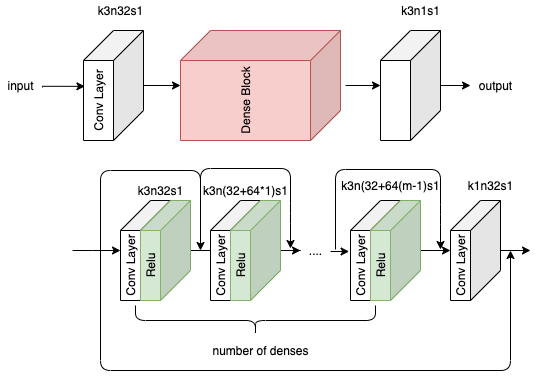
The draw.io diagram RRDB_dense.png in boyangaaaaa/The-intern-related, before a commit. Source tidied: cells renumbered, new cells last; positions are measured from the earlier drawing's top-left corner, leaving out a move shared by most shapes. Source of this version:
```xml
<mxGraphModel>
  <root>
    <mxCell id="0" />
    <mxCell id="1" parent="0" />
    <mxCell id="2" style="edgeStyle=orthogonalEdgeStyle;rounded=0;jettySize=auto;html=1;" parent="1" edge="1" source="3" target="5">
      <mxGeometry relative="1" as="geometry" />
    </mxCell>
    <mxCell id="3" value="Conv Layer" style="shape=cube;boundedLbl=1;backgroundOutline=1;darkOpacity=0.05;darkOpacity2=0.1;size=30;flipH=1;fontSize=6;horizontal=0;verticalAlign=middle;labelPosition=center;verticalLabelPosition=middle;align=center;whiteSpace=wrap;html=1;" parent="1" vertex="1">
      <mxGeometry x="83" y="30" width="60" height="110" as="geometry" />
    </mxCell>
    <mxCell id="4" value="k3n32s1" style="text;html=1;align=center;verticalAlign=middle;strokeColor=none;" parent="1" vertex="1">
      <mxGeometry x="90" width="60" height="20" as="geometry" />
    </mxCell>
    <mxCell id="5" value="Dense Block" style="shape=cube;whiteSpace=wrap;html=1;boundedLbl=1;backgroundOutline=1;darkOpacity=0.05;darkOpacity2=0.1;size=30;flipH=1;fillColor=#f8cecc;strokeColor=#b85450;horizontal=0;" parent="1" vertex="1">
      <mxGeometry x="180" y="30" width="160" height="110" as="geometry" />
    </mxCell>
    <mxCell id="6" style="edgeStyle=orthogonalEdgeStyle;rounded=0;jettySize=auto;html=1;fontSize=20;" parent="1" edge="1" target="8">
      <mxGeometry relative="1" as="geometry">
        <mxPoint x="345" y="85" as="sourcePoint" />
      </mxGeometry>
    </mxCell>
    <mxCell id="7" style="edgeStyle=orthogonalEdgeStyle;rounded=0;jettySize=auto;html=1;fontSize=6;" parent="1" edge="1" source="8">
      <mxGeometry relative="1" as="geometry">
        <mxPoint x="470" y="85" as="targetPoint" />
      </mxGeometry>
    </mxCell>
    <mxCell id="8" style="shape=cube;whiteSpace=wrap;html=1;boundedLbl=1;backgroundOutline=1;darkOpacity=0.05;darkOpacity2=0.1;size=30;flipH=1;" parent="1" vertex="1">
      <mxGeometry x="380" y="30" width="60" height="110" as="geometry" />
    </mxCell>
    <mxCell id="9" value="Conv Layer" style="shape=cube;boundedLbl=1;backgroundOutline=1;darkOpacity=0.05;darkOpacity2=0.1;size=30;flipH=1;fontSize=6;horizontal=0;verticalAlign=middle;labelPosition=center;verticalLabelPosition=middle;align=center;whiteSpace=wrap;html=1;" parent="1" vertex="1">
      <mxGeometry x="120" y="200" width="50" height="100" as="geometry" />
    </mxCell>
    <mxCell id="10" style="edgeStyle=orthogonalEdgeStyle;rounded=0;jettySize=auto;html=1;fontSize=6;entryX=1.029;entryY=0.498;entryDx=0;entryDy=0;entryPerimeter=0;" parent="1" edge="1" source="11" target="12">
      <mxGeometry relative="1" as="geometry" />
    </mxCell>
    <mxCell id="11" value="Relu" style="shape=cube;boundedLbl=1;backgroundOutline=1;darkOpacity=0.05;darkOpacity2=0.1;size=30;flipH=1;fontSize=6;horizontal=0;verticalAlign=middle;labelPosition=center;verticalLabelPosition=middle;align=center;whiteSpace=wrap;html=1;fillColor=#d5e8d4;strokeColor=#82b366;" parent="1" vertex="1">
      <mxGeometry x="140" y="200" width="50" height="100" as="geometry" />
    </mxCell>
    <mxCell id="12" value="Conv Layer" style="shape=cube;boundedLbl=1;backgroundOutline=1;darkOpacity=0.05;darkOpacity2=0.1;size=30;flipH=1;fontSize=6;horizontal=0;verticalAlign=middle;labelPosition=center;verticalLabelPosition=middle;align=center;whiteSpace=wrap;html=1;" parent="1" vertex="1">
      <mxGeometry x="210" y="200" width="50" height="100" as="geometry" />
    </mxCell>
    <mxCell id="13" style="edgeStyle=orthogonalEdgeStyle;rounded=0;jettySize=auto;html=1;fontSize=6;" parent="1" edge="1" source="14">
      <mxGeometry relative="1" as="geometry">
        <mxPoint x="300" y="250" as="targetPoint" />
      </mxGeometry>
    </mxCell>
    <mxCell id="14" value="Relu" style="shape=cube;boundedLbl=1;backgroundOutline=1;darkOpacity=0.05;darkOpacity2=0.1;size=30;flipH=1;fontSize=6;horizontal=0;verticalAlign=middle;labelPosition=center;verticalLabelPosition=middle;align=center;whiteSpace=wrap;html=1;fillColor=#d5e8d4;strokeColor=#82b366;" parent="1" vertex="1">
      <mxGeometry x="230" y="200" width="50" height="100" as="geometry" />
    </mxCell>
    <mxCell id="15" style="edgeStyle=orthogonalEdgeStyle;rounded=0;jettySize=auto;html=1;fontSize=6;" parent="1" edge="1" source="16">
      <mxGeometry relative="1" as="geometry">
        <mxPoint x="530" y="250" as="targetPoint" />
      </mxGeometry>
    </mxCell>
    <mxCell id="16" value="Conv Layer" style="shape=cube;boundedLbl=1;backgroundOutline=1;darkOpacity=0.05;darkOpacity2=0.1;size=30;flipH=1;fontSize=6;horizontal=0;verticalAlign=middle;labelPosition=center;verticalLabelPosition=middle;align=center;whiteSpace=wrap;html=1;" parent="1" vertex="1">
      <mxGeometry x="450" y="200" width="50" height="100" as="geometry" />
    </mxCell>
    <mxCell id="17" value="k3n32s1" style="text;html=1;align=center;verticalAlign=middle;strokeColor=none;" parent="1" vertex="1">
      <mxGeometry x="130" y="180" width="60" height="20" as="geometry" />
    </mxCell>
    <mxCell id="18" style="edgeStyle=orthogonalEdgeStyle;rounded=0;orthogonalLoop=1;jettySize=auto;html=1;fontSize=6;entryX=1.029;entryY=0.498;entryDx=0;entryDy=0;entryPerimeter=0;" parent="1" edge="1">
      <mxGeometry relative="1" as="geometry">
        <mxPoint x="330" y="251" as="sourcePoint" />
        <mxPoint x="348.5" y="250.8" as="targetPoint" />
      </mxGeometry>
    </mxCell>
    <mxCell id="19" value="Conv Layer" style="shape=cube;boundedLbl=1;backgroundOutline=1;darkOpacity=0.05;darkOpacity2=0.1;size=30;flipH=1;fontSize=6;horizontal=0;verticalAlign=middle;labelPosition=center;verticalLabelPosition=middle;align=center;whiteSpace=wrap;html=1;" parent="1" vertex="1">
      <mxGeometry x="350" y="200" width="50" height="100" as="geometry" />
    </mxCell>
    <mxCell id="20" style="edgeStyle=orthogonalEdgeStyle;rounded=0;jettySize=auto;html=1;fontSize=6;" parent="1" edge="1" source="21" target="16">
      <mxGeometry relative="1" as="geometry" />
    </mxCell>
    <mxCell id="21" value="Relu" style="shape=cube;boundedLbl=1;backgroundOutline=1;darkOpacity=0.05;darkOpacity2=0.1;size=30;flipH=1;fontSize=6;horizontal=0;verticalAlign=middle;labelPosition=center;verticalLabelPosition=middle;align=center;whiteSpace=wrap;html=1;fillColor=#d5e8d4;strokeColor=#82b366;" parent="1" vertex="1">
      <mxGeometry x="370" y="200" width="50" height="100" as="geometry" />
    </mxCell>
    <mxCell id="22" value="...." style="text;html=1;align=center;verticalAlign=middle;strokeColor=none;fontSize=6;" parent="1" vertex="1">
      <mxGeometry x="300" y="245" width="30" height="10" as="geometry" />
    </mxCell>
    <mxCell id="23" style="shape=curlyBracket;whiteSpace=wrap;html=1;rounded=1;fontSize=6;align=center;verticalAlign=middle;size=0.5;rotation=-90;" parent="1" vertex="1">
      <mxGeometry x="240" y="200" width="30" height="240" as="geometry" />
    </mxCell>
    <mxCell id="24" value="number of denses" style="text;html=1;align=center;verticalAlign=middle;strokeColor=none;fontSize=6;" parent="1" vertex="1">
      <mxGeometry x="205" y="345" width="110" height="10" as="geometry" />
    </mxCell>
    <mxCell id="25" value="k3n(32+64*1)s1" style="text;html=1;align=center;verticalAlign=middle;strokeColor=none;fontSize=6;" parent="1" vertex="1">
      <mxGeometry x="195" y="185" width="100" height="10" as="geometry" />
    </mxCell>
    <mxCell id="26" style="endArrow=classic;html=1;fontSize=6;" parent="1" edge="1">
      <mxGeometry relative="1" as="geometry">
        <mxPoint x="100" y="250" as="sourcePoint" />
        <mxPoint x="200" y="250" as="targetPoint" />
        <Array as="points">
          <mxPoint x="100" y="170" />
          <mxPoint x="200" y="170" />
        </Array>
      </mxGeometry>
    </mxCell>
    <mxCell id="27" style="edgeStyle=orthogonalEdgeStyle;rounded=0;orthogonalLoop=1;jettySize=auto;html=1;fontSize=6;" parent="1" edge="1">
      <mxGeometry relative="1" as="geometry">
        <mxPoint x="72" y="250" as="sourcePoint" />
        <mxPoint x="120" y="250" as="targetPoint" />
        <Array as="points">
          <mxPoint x="92" y="250" />
          <mxPoint x="92" y="250" />
        </Array>
      </mxGeometry>
    </mxCell>
    <mxCell id="28" style="endArrow=classic;html=1;fontSize=6;" parent="1" edge="1">
      <mxGeometry relative="1" as="geometry">
        <mxPoint x="200" y="248" as="sourcePoint" />
        <mxPoint x="290" y="248" as="targetPoint" />
        <Array as="points">
          <mxPoint x="200" y="168" />
          <mxPoint x="290" y="168" />
          <mxPoint x="290" y="213" />
        </Array>
      </mxGeometry>
    </mxCell>
    <mxCell id="29" value="k3n(32+64(m-1)s1" style="text;html=1;align=center;verticalAlign=middle;strokeColor=none;fontSize=6;" parent="1" vertex="1">
      <mxGeometry x="335" y="180" width="110" height="10" as="geometry" />
    </mxCell>
    <mxCell id="30" style="endArrow=classic;html=1;fontSize=6;" parent="1" edge="1">
      <mxGeometry relative="1" as="geometry">
        <mxPoint x="335" y="249" as="sourcePoint" />
        <mxPoint x="440" y="249" as="targetPoint" />
        <Array as="points">
          <mxPoint x="335" y="169" />
          <mxPoint x="440" y="169" />
          <mxPoint x="440" y="214" />
        </Array>
      </mxGeometry>
    </mxCell>
    <mxCell id="31" value="k1n32s1" style="text;html=1;align=center;verticalAlign=middle;strokeColor=none;" parent="1" vertex="1">
      <mxGeometry x="460" y="175" width="60" height="20" as="geometry" />
    </mxCell>
    <mxCell id="32" style="endArrow=classic;html=1;fontSize=6;" parent="1" edge="1">
      <mxGeometry relative="1" as="geometry">
        <mxPoint x="100" y="250" as="sourcePoint" />
        <mxPoint x="510" y="250" as="targetPoint" />
        <Array as="points">
          <mxPoint x="100" y="370" />
          <mxPoint x="510" y="370" />
        </Array>
      </mxGeometry>
    </mxCell>
    <mxCell id="33" value="k3n1s1" style="text;html=1;align=center;verticalAlign=middle;strokeColor=none;" parent="1" vertex="1">
      <mxGeometry x="395" width="50" height="20" as="geometry" />
    </mxCell>
    <mxCell id="34" style="edgeStyle=orthogonalEdgeStyle;rounded=0;orthogonalLoop=1;jettySize=auto;html=1;entryX=0.976;entryY=0.544;entryDx=0;entryDy=0;entryPerimeter=0;" parent="1" edge="1">
      <mxGeometry relative="1" as="geometry">
        <mxPoint x="42" y="87" as="sourcePoint" />
        <mxPoint x="84.4" y="85.8" as="targetPoint" />
        <Array as="points">
          <mxPoint x="42" y="86" />
        </Array>
      </mxGeometry>
    </mxCell>
    <mxCell id="35" value="input" style="text;html=1;align=center;verticalAlign=middle;points=[];strokeColor=none;fontSize=6;" parent="1" vertex="1">
      <mxGeometry y="80" width="40" height="10" as="geometry" />
    </mxCell>
    <mxCell id="36" value="output" style="text;html=1;align=center;verticalAlign=middle;points=[];strokeColor=none;fontSize=6;" parent="1" vertex="1">
      <mxGeometry x="470" y="80" width="50" height="10" as="geometry" />
    </mxCell>
  </root>
</mxGraphModel>
```
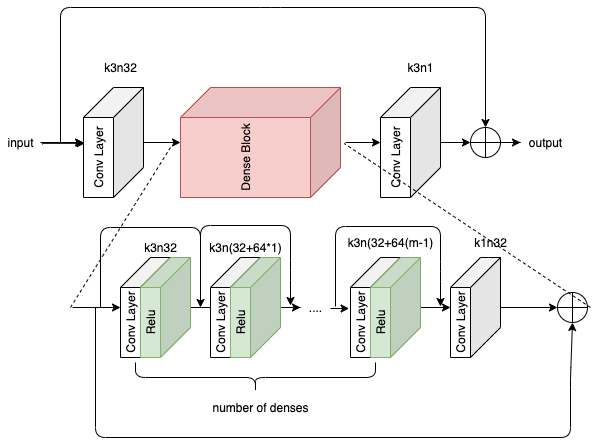
Later version of the same file.

Change to the diagram source:
```diff
@@ -8,8 +8,8 @@
     <mxCell id="3" value="Conv Layer" style="shape=cube;boundedLbl=1;backgroundOutline=1;darkOpacity=0.05;darkOpacity2=0.1;size=30;flipH=1;fontSize=6;horizontal=0;verticalAlign=middle;labelPosition=center;verticalLabelPosition=middle;align=center;whiteSpace=wrap;html=1;" parent="1" vertex="1">
       <mxGeometry x="83" y="30" width="60" height="110" as="geometry" />
     </mxCell>
-    <mxCell id="4" value="k3n32s1" style="text;html=1;align=center;verticalAlign=middle;strokeColor=none;" parent="1" vertex="1">
-      <mxGeometry x="90" width="60" height="20" as="geometry" />
+    <mxCell id="4" value="k3n32" style="text;html=1;align=center;verticalAlign=middle;strokeColor=none;" parent="1" vertex="1">
+      <mxGeometry x="95" width="50" height="20" as="geometry" />
     </mxCell>
     <mxCell id="5" value="Dense Block" style="shape=cube;whiteSpace=wrap;html=1;boundedLbl=1;backgroundOutline=1;darkOpacity=0.05;darkOpacity2=0.1;size=30;flipH=1;fillColor=#f8cecc;strokeColor=#b85450;horizontal=0;" parent="1" vertex="1">
       <mxGeometry x="180" y="30" width="160" height="110" as="geometry" />
@@ -24,7 +24,7 @@
         <mxPoint x="470" y="85" as="targetPoint" />
       </mxGeometry>
     </mxCell>
-    <mxCell id="8" style="shape=cube;whiteSpace=wrap;html=1;boundedLbl=1;backgroundOutline=1;darkOpacity=0.05;darkOpacity2=0.1;size=30;flipH=1;" parent="1" vertex="1">
+    <mxCell id="8" value="Conv Layer" style="shape=cube;whiteSpace=wrap;html=1;boundedLbl=1;backgroundOutline=1;darkOpacity=0.05;darkOpacity2=0.1;size=30;flipH=1;horizontal=0;" parent="1" vertex="1">
       <mxGeometry x="380" y="30" width="60" height="110" as="geometry" />
     </mxCell>
     <mxCell id="9" value="Conv Layer" style="shape=cube;boundedLbl=1;backgroundOutline=1;darkOpacity=0.05;darkOpacity2=0.1;size=30;flipH=1;fontSize=6;horizontal=0;verticalAlign=middle;labelPosition=center;verticalLabelPosition=middle;align=center;whiteSpace=wrap;html=1;" parent="1" vertex="1">
@@ -47,16 +47,14 @@
     <mxCell id="14" value="Relu" style="shape=cube;boundedLbl=1;backgroundOutline=1;darkOpacity=0.05;darkOpacity2=0.1;size=30;flipH=1;fontSize=6;horizontal=0;verticalAlign=middle;labelPosition=center;verticalLabelPosition=middle;align=center;whiteSpace=wrap;html=1;fillColor=#d5e8d4;strokeColor=#82b366;" parent="1" vertex="1">
       <mxGeometry x="230" y="200" width="50" height="100" as="geometry" />
     </mxCell>
-    <mxCell id="15" style="edgeStyle=orthogonalEdgeStyle;rounded=0;jettySize=auto;html=1;fontSize=6;" parent="1" edge="1" source="16">
-      <mxGeometry relative="1" as="geometry">
-        <mxPoint x="530" y="250" as="targetPoint" />
-      </mxGeometry>
+    <mxCell id="15" style="edgeStyle=orthogonalEdgeStyle;rounded=0;jettySize=auto;html=1;fontSize=6;entryX=0;entryY=0.5;entryDx=0;entryDy=0;entryPerimeter=0;" parent="1" edge="1" source="16" target="38">
+      <mxGeometry relative="1" as="geometry" />
     </mxCell>
     <mxCell id="16" value="Conv Layer" style="shape=cube;boundedLbl=1;backgroundOutline=1;darkOpacity=0.05;darkOpacity2=0.1;size=30;flipH=1;fontSize=6;horizontal=0;verticalAlign=middle;labelPosition=center;verticalLabelPosition=middle;align=center;whiteSpace=wrap;html=1;" parent="1" vertex="1">
       <mxGeometry x="450" y="200" width="50" height="100" as="geometry" />
     </mxCell>
-    <mxCell id="17" value="k3n32s1" style="text;html=1;align=center;verticalAlign=middle;strokeColor=none;" parent="1" vertex="1">
-      <mxGeometry x="130" y="180" width="60" height="20" as="geometry" />
+    <mxCell id="17" value="k3n32" style="text;html=1;align=center;verticalAlign=middle;strokeColor=none;" parent="1" vertex="1">
+      <mxGeometry x="135" y="180" width="50" height="20" as="geometry" />
     </mxCell>
     <mxCell id="18" style="edgeStyle=orthogonalEdgeStyle;rounded=0;orthogonalLoop=1;jettySize=auto;html=1;fontSize=6;entryX=1.029;entryY=0.498;entryDx=0;entryDy=0;entryPerimeter=0;" parent="1" edge="1">
       <mxGeometry relative="1" as="geometry">
@@ -82,8 +80,8 @@
     <mxCell id="24" value="number of denses" style="text;html=1;align=center;verticalAlign=middle;strokeColor=none;fontSize=6;" parent="1" vertex="1">
       <mxGeometry x="205" y="345" width="110" height="10" as="geometry" />
     </mxCell>
-    <mxCell id="25" value="k3n(32+64*1)s1" style="text;html=1;align=center;verticalAlign=middle;strokeColor=none;fontSize=6;" parent="1" vertex="1">
-      <mxGeometry x="195" y="185" width="100" height="10" as="geometry" />
+    <mxCell id="25" value="k3n(32+64*1)" style="text;html=1;align=center;verticalAlign=middle;strokeColor=none;fontSize=6;" parent="1" vertex="1">
+      <mxGeometry x="200" y="185" width="90" height="10" as="geometry" />
     </mxCell>
     <mxCell id="26" style="endArrow=classic;html=1;fontSize=6;" parent="1" edge="1">
       <mxGeometry relative="1" as="geometry">
@@ -116,8 +114,8 @@
         </Array>
       </mxGeometry>
     </mxCell>
-    <mxCell id="29" value="k3n(32+64(m-1)s1" style="text;html=1;align=center;verticalAlign=middle;strokeColor=none;fontSize=6;" parent="1" vertex="1">
-      <mxGeometry x="335" y="180" width="110" height="10" as="geometry" />
+    <mxCell id="29" value="k3n(32+64(m-1)" style="text;html=1;align=center;verticalAlign=middle;strokeColor=none;fontSize=6;" parent="1" vertex="1">
+      <mxGeometry x="340" y="180" width="100" height="10" as="geometry" />
     </mxCell>
     <mxCell id="30" style="endArrow=classic;html=1;fontSize=6;" parent="1" edge="1">
       <mxGeometry relative="1" as="geometry">
@@ -130,21 +128,21 @@
         </Array>
       </mxGeometry>
     </mxCell>
-    <mxCell id="31" value="k1n32s1" style="text;html=1;align=center;verticalAlign=middle;strokeColor=none;" parent="1" vertex="1">
-      <mxGeometry x="460" y="175" width="60" height="20" as="geometry" />
+    <mxCell id="31" value="k1n32" style="text;html=1;align=center;verticalAlign=middle;strokeColor=none;" parent="1" vertex="1">
+      <mxGeometry x="465" y="175" width="50" height="20" as="geometry" />
     </mxCell>
-    <mxCell id="32" style="endArrow=classic;html=1;fontSize=6;" parent="1" edge="1">
+    <mxCell id="32" style="endArrow=classic;html=1;fontSize=6;entryX=0.5;entryY=1;entryDx=0;entryDy=0;entryPerimeter=0;" parent="1" edge="1" target="38">
       <mxGeometry relative="1" as="geometry">
-        <mxPoint x="100" y="250" as="sourcePoint" />
-        <mxPoint x="510" y="250" as="targetPoint" />
+        <mxPoint x="95" y="250" as="sourcePoint" />
         <Array as="points">
-          <mxPoint x="100" y="370" />
-          <mxPoint x="510" y="370" />
+          <mxPoint x="95" y="380" />
+          <mxPoint x="570" y="380" />
+          <mxPoint x="570" y="320" />
         </Array>
       </mxGeometry>
     </mxCell>
-    <mxCell id="33" value="k3n1s1" style="text;html=1;align=center;verticalAlign=middle;strokeColor=none;" parent="1" vertex="1">
-      <mxGeometry x="395" width="50" height="20" as="geometry" />
+    <mxCell id="33" value="k3n1" style="text;html=1;align=center;verticalAlign=middle;strokeColor=none;" parent="1" vertex="1">
+      <mxGeometry x="400" width="40" height="20" as="geometry" />
     </mxCell>
     <mxCell id="34" style="edgeStyle=orthogonalEdgeStyle;rounded=0;orthogonalLoop=1;jettySize=auto;html=1;entryX=0.976;entryY=0.544;entryDx=0;entryDy=0;entryPerimeter=0;" parent="1" edge="1">
       <mxGeometry relative="1" as="geometry">
@@ -155,11 +153,44 @@
         </Array>
       </mxGeometry>
     </mxCell>
+    <mxCell id="37" style="edgeStyle=orthogonalEdgeStyle;rounded=0;jettySize=auto;html=1;fontSize=6;" parent="1" edge="1" source="35" target="3">
+      <mxGeometry relative="1" as="geometry" />
+    </mxCell>
     <mxCell id="35" value="input" style="text;html=1;align=center;verticalAlign=middle;points=[];strokeColor=none;fontSize=6;" parent="1" vertex="1">
       <mxGeometry y="80" width="40" height="10" as="geometry" />
     </mxCell>
     <mxCell id="36" value="output" style="text;html=1;align=center;verticalAlign=middle;points=[];strokeColor=none;fontSize=6;" parent="1" vertex="1">
-      <mxGeometry x="470" y="80" width="50" height="10" as="geometry" />
+      <mxGeometry x="520" y="80" width="50" height="10" as="geometry" />
     </mxCell>
+    <mxCell id="38" style="verticalLabelPosition=bottom;verticalAlign=top;html=1;shape=mxgraph.flowchart.summing_function;fontSize=6;" parent="1" vertex="1">
+      <mxGeometry x="557" y="235" width="30" height="30" as="geometry" />
+    </mxCell>
+    <mxCell id="39" style="edgeStyle=orthogonalEdgeStyle;rounded=0;jettySize=auto;html=1;fontSize=6;" parent="1" edge="1" source="40" target="36">
+      <mxGeometry relative="1" as="geometry" />
+    </mxCell>
+    <mxCell id="40" style="verticalLabelPosition=bottom;verticalAlign=top;html=1;shape=mxgraph.flowchart.summing_function;fontSize=6;" parent="1" vertex="1">
+      <mxGeometry x="470" y="70" width="30" height="30" as="geometry" />
+    </mxCell>
+    <mxCell id="41" style="endArrow=classic;html=1;fontSize=6;entryX=0.5;entryY=0;entryDx=0;entryDy=0;entryPerimeter=0;" parent="1" edge="1" target="40">
+      <mxGeometry relative="1" as="geometry">
+        <mxPoint x="60" y="85" as="sourcePoint" />
+        <Array as="points">
+          <mxPoint x="60" y="-50" />
+          <mxPoint x="270" y="-50" />
+          <mxPoint x="485" y="-50" />
+        </Array>
+      </mxGeometry>
+    </mxCell>
+    <mxCell id="42" style="html=1;labelBackgroundColor=#ffffff;endArrow=none;endFill=0;jettySize=auto;orthogonalLoop=1;strokeWidth=1;dashed=1;fontSize=14;" parent="1" edge="1">
+      <mxGeometry relative="1" as="geometry">
+        <mxPoint x="70" y="250" as="sourcePoint" />
+        <mxPoint x="170" y="90" as="targetPoint" />
+      </mxGeometry>
+    </mxCell>
+    <mxCell id="43" style="endArrow=none;dashed=1;html=1;fontSize=6;entryX=-0.023;entryY=0.509;entryDx=0;entryDy=0;entryPerimeter=0;" parent="1" edge="1" target="5">
+      <mxGeometry relative="1" as="geometry">
+        <mxPoint x="590" y="250" as="sourcePoint" />
+      </mxGeometry>
+    </mxCell>
   </root>
 </mxGraphModel>
```
